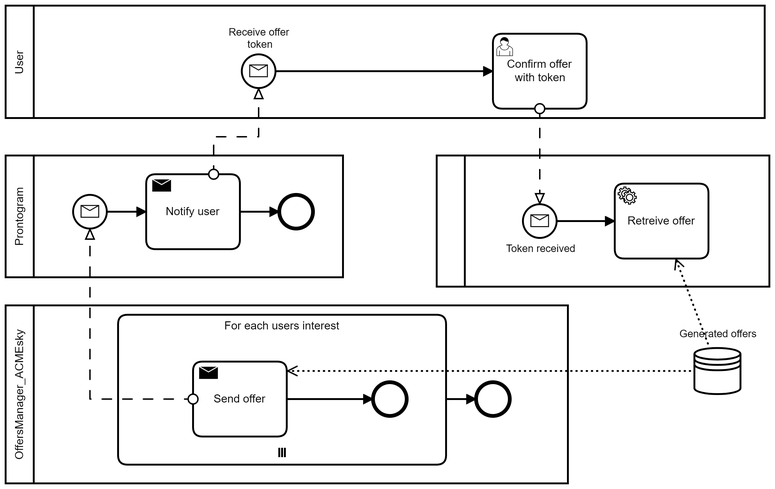
Earlier version of the BPMN export docs/bpmn/ConfermaVoloDaUtente.png (Vallasc/ACMEsky). Its source is kept beside it as docs/bpmn/ConfermaVoloDaUtente.bpmn. Ids are renumbered.
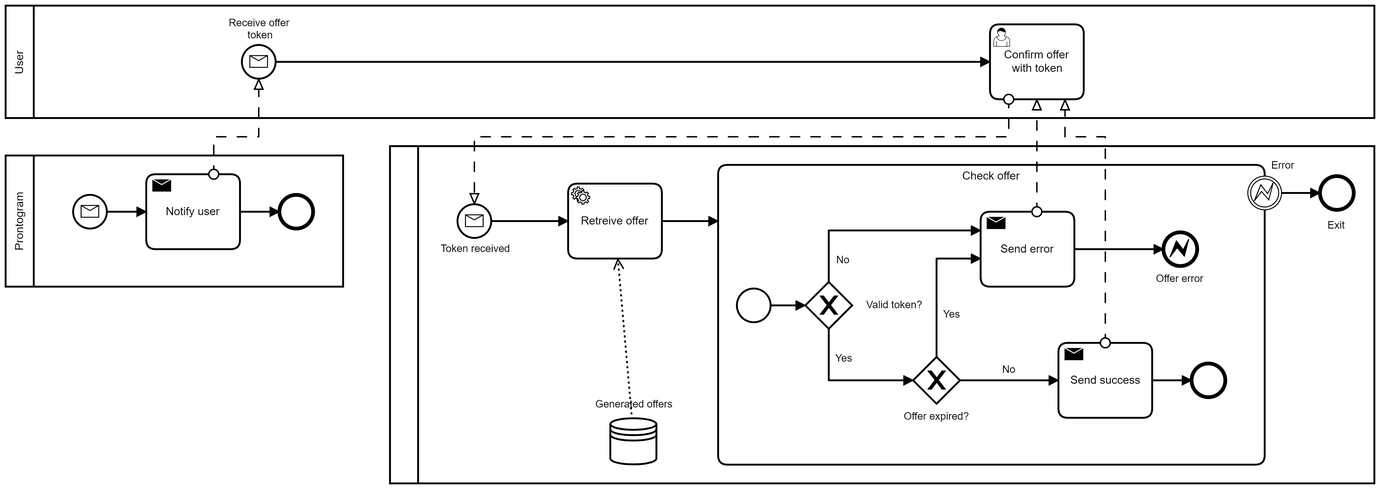
After the commit.

Change to the diagram source:
```diff
@@ -1,60 +1,87 @@
 <bpmn:definitions xmlns:bpmn="http://www.omg.org/spec/BPMN/20100524/MODEL" xmlns:bpmndi="http://www.omg.org/spec/BPMN/20100524/DI" xmlns:dc="http://www.omg.org/spec/DD/20100524/DC" xmlns:di="http://www.omg.org/spec/DD/20100524/DI" id="Definitions_n1" targetNamespace="http://bpmn.io/schema/bpmn" exporter="Camunda Modeler" exporterVersion="4.3.0">
   <bpmn:collaboration id="Collaboration_n2">
-    <bpmn:participant id="Participant_n3" name="OffersManager_ACMEsky" processRef="Process_n4" />
     <bpmn:participant id="Participant_n5" name="User" processRef="Process_n6" />
     <bpmn:participant id="Participant_n7" processRef="Process_n8" />
     <bpmn:participant id="Participant_n9" name="Prontogram" processRef="Process_n10" />
-    <bpmn:messageFlow id="Flow_n11" sourceRef="Activity_n12" targetRef="Event_n13" />
     <bpmn:messageFlow id="Flow_n14" sourceRef="Activity_n15" targetRef="Event_n16" />
     <bpmn:messageFlow id="Flow_n17" sourceRef="Activity_n18" targetRef="Event_n19" />
+    <bpmn:messageFlow id="Flow_n39" sourceRef="Activity_n40" targetRef="Activity_n18" />
+    <bpmn:messageFlow id="Flow_n41" sourceRef="Activity_n42" targetRef="Activity_n18" />
   </bpmn:collaboration>
-  <bpmn:process id="Process_n4" isExecutable="true">
-    <bpmn:dataStoreReference id="DataStoreReference_n20" name="Generated offers" />
-    <bpmn:endEvent id="Event_n21">
-      <bpmn:incoming>Flow_n22</bpmn:incoming>
-    </bpmn:endEvent>
-    <bpmn:subProcess id="Activity_n23" name="For each users interest">
-      <bpmn:outgoing>Flow_n22</bpmn:outgoing>
-      <bpmn:multiInstanceLoopCharacteristics />
-      <bpmn:sendTask id="Activity_n12" name="Send offer">
-        <bpmn:outgoing>Flow_n24</bpmn:outgoing>
-        <bpmn:property id="Property_n25" name="__targetRef_placeholder" />
-        <bpmn:dataInputAssociation id="DataInputAssociation_n26">
-          <bpmn:sourceRef>DataStoreReference_n20</bpmn:sourceRef>
-          <bpmn:targetRef>Property_n25</bpmn:targetRef>
-        </bpmn:dataInputAssociation>
-      </bpmn:sendTask>
-      <bpmn:endEvent id="Event_n27">
-        <bpmn:incoming>Flow_n24</bpmn:incoming>
-      </bpmn:endEvent>
-      <bpmn:sequenceFlow id="Flow_n24" sourceRef="Activity_n12" targetRef="Event_n27" />
-    </bpmn:subProcess>
-    <bpmn:sequenceFlow id="Flow_n22" sourceRef="Activity_n23" targetRef="Event_n21" />
-  </bpmn:process>
   <bpmn:process id="Process_n6" isExecutable="false">
+    <bpmn:sequenceFlow id="Flow_n28" sourceRef="Event_n16" targetRef="Activity_n18" />
     <bpmn:startEvent id="Event_n16" name="Receive offer token">
       <bpmn:outgoing>Flow_n28</bpmn:outgoing>
       <bpmn:messageEventDefinition id="MessageEventDefinition_n29" />
     </bpmn:startEvent>
-    <bpmn:sequenceFlow id="Flow_n28" sourceRef="Event_n16" targetRef="Activity_n18" />
     <bpmn:userTask id="Activity_n18" name="Confirm offer with token">
       <bpmn:incoming>Flow_n28</bpmn:incoming>
     </bpmn:userTask>
   </bpmn:process>
   <bpmn:process id="Process_n8" isExecutable="false">
-    <bpmn:startEvent id="Event_n19" name="Token received">
-      <bpmn:outgoing>Flow_n30</bpmn:outgoing>
-      <bpmn:messageEventDefinition id="MessageEventDefinition_n31" />
-    </bpmn:startEvent>
     <bpmn:serviceTask id="Activity_n32" name="Retreive offer">
       <bpmn:incoming>Flow_n30</bpmn:incoming>
+      <bpmn:outgoing>Flow_n43</bpmn:outgoing>
       <bpmn:property id="Property_n33" name="__targetRef_placeholder" />
       <bpmn:dataInputAssociation id="DataInputAssociation_n34">
         <bpmn:sourceRef>DataStoreReference_n20</bpmn:sourceRef>
         <bpmn:targetRef>Property_n33</bpmn:targetRef>
       </bpmn:dataInputAssociation>
     </bpmn:serviceTask>
+    <bpmn:subProcess id="Activity_n44" name="Check offer">
+      <bpmn:incoming>Flow_n43</bpmn:incoming>
+      <bpmn:startEvent id="Event_n45">
+        <bpmn:outgoing>Flow_n46</bpmn:outgoing>
+      </bpmn:startEvent>
+      <bpmn:exclusiveGateway id="Gateway_n47" name="Valid token?">
+        <bpmn:incoming>Flow_n46</bpmn:incoming>
+        <bpmn:outgoing>Flow_n48</bpmn:outgoing>
+        <bpmn:outgoing>Flow_n49</bpmn:outgoing>
+      </bpmn:exclusiveGateway>
+      <bpmn:exclusiveGateway id="Gateway_n50" name="Offer expired?">
+        <bpmn:incoming>Flow_n49</bpmn:incoming>
+        <bpmn:outgoing>Flow_n51</bpmn:outgoing>
+        <bpmn:outgoing>Flow_n52</bpmn:outgoing>
+      </bpmn:exclusiveGateway>
+      <bpmn:endEvent id="Event_n53">
+        <bpmn:incoming>Flow_n54</bpmn:incoming>
+      </bpmn:endEvent>
+      <bpmn:sendTask id="Activity_n42" name="Send success">
+        <bpmn:incoming>Flow_n51</bpmn:incoming>
+        <bpmn:outgoing>Flow_n54</bpmn:outgoing>
+      </bpmn:sendTask>
+      <bpmn:sendTask id="Activity_n40" name="Send error">
+        <bpmn:incoming>Flow_n48</bpmn:incoming>
+        <bpmn:incoming>Flow_n52</bpmn:incoming>
+        <bpmn:outgoing>Flow_n55</bpmn:outgoing>
+      </bpmn:sendTask>
+      <bpmn:endEvent id="Event_n56" name="Offer error">
+        <bpmn:incoming>Flow_n55</bpmn:incoming>
+        <bpmn:errorEventDefinition id="ErrorEventDefinition_n57" />
+      </bpmn:endEvent>
+      <bpmn:sequenceFlow id="Flow_n55" sourceRef="Activity_n40" targetRef="Event_n56" />
+      <bpmn:sequenceFlow id="Flow_n54" sourceRef="Activity_n42" targetRef="Event_n53" />
+      <bpmn:sequenceFlow id="Flow_n51" name="No" sourceRef="Gateway_n50" targetRef="Activity_n42" />
+      <bpmn:sequenceFlow id="Flow_n48" name="No" sourceRef="Gateway_n47" targetRef="Activity_n40" />
+      <bpmn:sequenceFlow id="Flow_n49" name="Yes" sourceRef="Gateway_n47" targetRef="Gateway_n50" />
+      <bpmn:sequenceFlow id="Flow_n52" name="Yes" sourceRef="Gateway_n50" targetRef="Activity_n40" />
+      <bpmn:sequenceFlow id="Flow_n46" sourceRef="Event_n45" targetRef="Gateway_n47" />
+    </bpmn:subProcess>
+    <bpmn:boundaryEvent id="Event_n58" name="Error" attachedToRef="Activity_n44">
+      <bpmn:outgoing>Flow_n59</bpmn:outgoing>
+      <bpmn:errorEventDefinition id="ErrorEventDefinition_n60" />
+    </bpmn:boundaryEvent>
     <bpmn:sequenceFlow id="Flow_n30" sourceRef="Event_n19" targetRef="Activity_n32" />
+    <bpmn:sequenceFlow id="Flow_n43" sourceRef="Activity_n32" targetRef="Activity_n44" />
+    <bpmn:dataStoreReference id="DataStoreReference_n20" name="Generated offers" />
+    <bpmn:endEvent id="Event_n61" name="Exit">
+      <bpmn:incoming>Flow_n59</bpmn:incoming>
+    </bpmn:endEvent>
+    <bpmn:sequenceFlow id="Flow_n59" sourceRef="Event_n58" targetRef="Event_n61" />
+    <bpmn:startEvent id="Event_n19" name="Token received">
+      <bpmn:outgoing>Flow_n30</bpmn:outgoing>
+      <bpmn:messageEventDefinition id="MessageEventDefinition_n31" />
+    </bpmn:startEvent>
   </bpmn:process>
   <bpmn:process id="Process_n10" isExecutable="false">
     <bpmn:startEvent id="Event_n13">
@@ -73,69 +100,142 @@
   </bpmn:process>
   <bpmndi:BPMNDiagram id="BPMNDiagram_1">
     <bpmndi:BPMNPlane id="BPMNPlane_1" bpmnElement="Collaboration_n2">
-      <bpmndi:BPMNShape id="Participant_n3_di" bpmnElement="Participant_n3" isHorizontal="true">
-        <dc:Bounds x="150" y="400" width="600" height="190" />
-      </bpmndi:BPMNShape>
-      <bpmndi:BPMNEdge id="Flow_n22_di" bpmnElement="Flow_n22">
-        <di:waypoint x="620" y="500" />
-        <di:waypoint x="652" y="500" />
-      </bpmndi:BPMNEdge>
-      <bpmndi:BPMNShape id="Event_n21_di" bpmnElement="Event_n21">
-        <dc:Bounds x="652" y="482" width="36" height="36" />
-      </bpmndi:BPMNShape>
-      <bpmndi:BPMNShape id="Activity_n23_di" bpmnElement="Activity_n23" isExpanded="true">
-        <dc:Bounds x="270" y="410" width="350" height="160" />
-      </bpmndi:BPMNShape>
-      <bpmndi:BPMNEdge id="Flow_n24_di" bpmnElement="Flow_n24">
-        <di:waypoint x="450" y="500" />
-        <di:waypoint x="542" y="500" />
-      </bpmndi:BPMNEdge>
-      <bpmndi:BPMNShape id="Activity_n12_di" bpmnElement="Activity_n12">
-        <dc:Bounds x="350" y="460" width="100" height="80" />
-      </bpmndi:BPMNShape>
-      <bpmndi:BPMNShape id="Event_n27_di" bpmnElement="Event_n27">
-        <dc:Bounds x="542" y="482" width="36" height="36" />
-      </bpmndi:BPMNShape>
-      <bpmndi:BPMNShape id="DataStoreReference_n20_di" bpmnElement="DataStoreReference_n20">
-        <dc:Bounds x="885" y="445" width="50" height="50" />
-        <bpmndi:BPMNLabel>
-          <dc:Bounds x="869" y="424" width="83" height="14" />
-        </bpmndi:BPMNLabel>
-      </bpmndi:BPMNShape>
       <bpmndi:BPMNShape id="Participant_n5_di" bpmnElement="Participant_n5" isHorizontal="true">
-        <dc:Bounds x="150" y="80" width="810" height="120" />
+        <dc:Bounds x="150" y="80" width="1460" height="120" />
       </bpmndi:BPMNShape>
       <bpmndi:BPMNEdge id="Flow_n28_di" bpmnElement="Flow_n28">
-        <di:waypoint x="438" y="150" />
-        <di:waypoint x="670" y="150" />
+        <di:waypoint x="438" y="140" />
+        <di:waypoint x="1200" y="140" />
       </bpmndi:BPMNEdge>
       <bpmndi:BPMNShape id="Event_n16_di" bpmnElement="Event_n16">
-        <dc:Bounds x="402" y="132" width="36" height="36" />
+        <dc:Bounds x="402" y="122" width="36" height="36" />
         <bpmndi:BPMNLabel>
-          <dc:Bounds x="388" y="102" width="66" height="27" />
+          <dc:Bounds x="388" y="92" width="66" height="27" />
         </bpmndi:BPMNLabel>
       </bpmndi:BPMNShape>
       <bpmndi:BPMNShape id="Activity_n18_di" bpmnElement="Activity_n18">
-        <dc:Bounds x="670" y="110" width="100" height="80" />
+        <dc:Bounds x="1200" y="100" width="100" height="80" />
       </bpmndi:BPMNShape>
       <bpmndi:BPMNShape id="Participant_n7_di" bpmnElement="Participant_n7" isHorizontal="true">
-        <dc:Bounds x="610" y="240" width="355" height="140" />
+        <dc:Bounds x="560" y="230" width="1050" height="360" />
       </bpmndi:BPMNShape>
+      <bpmndi:BPMNEdge id="Flow_n43_di" bpmnElement="Flow_n43">
+        <di:waypoint x="850" y="310" />
+        <di:waypoint x="910" y="310" />
+      </bpmndi:BPMNEdge>
       <bpmndi:BPMNEdge id="Flow_n30_di" bpmnElement="Flow_n30">
-        <di:waypoint x="738" y="310" />
-        <di:waypoint x="800" y="310" />
+        <di:waypoint x="668" y="310" />
+        <di:waypoint x="750" y="310" />
       </bpmndi:BPMNEdge>
-      <bpmndi:BPMNShape id="Event_n19_di" bpmnElement="Event_n19">
-        <dc:Bounds x="702" y="292" width="36" height="36" />
+      <bpmndi:BPMNEdge id="Flow_n59_di" bpmnElement="Flow_n59">
+        <di:waypoint x="1511" y="280" />
+        <di:waypoint x="1552" y="280" />
+      </bpmndi:BPMNEdge>
+      <bpmndi:BPMNShape id="Activity_n32_di" bpmnElement="Activity_n32">
+        <dc:Bounds x="750" y="270" width="100" height="80" />
+      </bpmndi:BPMNShape>
+      <bpmndi:BPMNShape id="Event_n61_di" bpmnElement="Event_n61">
+        <dc:Bounds x="1552" y="262" width="36" height="36" />
         <bpmndi:BPMNLabel>
-          <dc:Bounds x="684" y="333" width="73" height="14" />
+          <dc:Bounds x="1560" y="308" width="20" height="14" />
         </bpmndi:BPMNLabel>
       </bpmndi:BPMNShape>
-      <bpmndi:BPMNShape id="Activity_n32_di" bpmnElement="Activity_n32">
-        <dc:Bounds x="800" y="270" width="100" height="80" />
+      <bpmndi:BPMNShape id="Event_n19_di" bpmnElement="Event_n19">
+        <dc:Bounds x="632" y="292" width="36" height="36" />
+        <bpmndi:BPMNLabel>
+          <dc:Bounds x="614" y="333" width="73" height="14" />
+        </bpmndi:BPMNLabel>
+      </bpmndi:BPMNShape>
+      <bpmndi:BPMNShape id="Activity_n44_di" bpmnElement="Activity_n44" isExpanded="true">
+        <dc:Bounds x="910" y="250" width="583" height="320" />
+      </bpmndi:BPMNShape>
+      <bpmndi:BPMNEdge id="Flow_n46_di" bpmnElement="Flow_n46">
+        <di:waypoint x="966" y="400" />
+        <di:waypoint x="1003" y="400" />
+      </bpmndi:BPMNEdge>
+      <bpmndi:BPMNEdge id="Flow_n52_di" bpmnElement="Flow_n52">
+        <di:waypoint x="1143" y="455" />
+        <di:waypoint x="1143" y="350" />
+        <di:waypoint x="1190" y="350" />
+        <bpmndi:BPMNLabel>
+          <dc:Bounds x="1150" y="403" width="18" height="14" />
+        </bpmndi:BPMNLabel>
+      </bpmndi:BPMNEdge>
+      <bpmndi:BPMNEdge id="Flow_n49_di" bpmnElement="Flow_n49">
+        <di:waypoint x="1028" y="425" />
+        <di:waypoint x="1028" y="480" />
+        <di:waypoint x="1118" y="480" />
+        <bpmndi:BPMNLabel>
+          <dc:Bounds x="1035" y="450" width="18" height="14" />
+        </bpmndi:BPMNLabel>
+      </bpmndi:BPMNEdge>
+      <bpmndi:BPMNEdge id="Flow_n48_di" bpmnElement="Flow_n48">
+        <di:waypoint x="1028" y="375" />
+        <di:waypoint x="1028" y="320" />
+        <di:waypoint x="1190" y="320" />
+        <bpmndi:BPMNLabel>
+          <dc:Bounds x="1036" y="345" width="15" height="14" />
+        </bpmndi:BPMNLabel>
+      </bpmndi:BPMNEdge>
+      <bpmndi:BPMNEdge id="Flow_n51_di" bpmnElement="Flow_n51">
+        <di:waypoint x="1168" y="480" />
+        <di:waypoint x="1273" y="480" />
+        <bpmndi:BPMNLabel>
+          <dc:Bounds x="1213" y="462" width="15" height="14" />
+        </bpmndi:BPMNLabel>
+      </bpmndi:BPMNEdge>
+      <bpmndi:BPMNEdge id="Flow_n54_di" bpmnElement="Flow_n54">
+        <di:waypoint x="1373" y="480" />
+        <di:waypoint x="1415" y="480" />
+      </bpmndi:BPMNEdge>
+      <bpmndi:BPMNEdge id="Flow_n55_di" bpmnElement="Flow_n55">
+        <di:waypoint x="1290" y="340" />
+        <di:waypoint x="1385" y="340" />
+      </bpmndi:BPMNEdge>
+      <bpmndi:BPMNShape id="Event_n45_di" bpmnElement="Event_n45">
+        <dc:Bounds x="930" y="382" width="36" height="36" />
+      </bpmndi:BPMNShape>
+      <bpmndi:BPMNShape id="Gateway_n47_di" bpmnElement="Gateway_n47" isMarkerVisible="true">
+        <dc:Bounds x="1003" y="375" width="50" height="50" />
+        <bpmndi:BPMNLabel>
+          <dc:Bounds x="1068" y="393" width="59" height="14" />
+        </bpmndi:BPMNLabel>
+      </bpmndi:BPMNShape>
+      <bpmndi:BPMNShape id="Gateway_n50_di" bpmnElement="Gateway_n50" isMarkerVisible="true">
+        <dc:Bounds x="1118" y="455" width="50" height="50" />
+        <bpmndi:BPMNLabel>
+          <dc:Bounds x="1108" y="512" width="70" height="14" />
+        </bpmndi:BPMNLabel>
+      </bpmndi:BPMNShape>
+      <bpmndi:BPMNShape id="Event_n53_di" bpmnElement="Event_n53">
+        <dc:Bounds x="1415" y="462" width="36" height="36" />
+      </bpmndi:BPMNShape>
+      <bpmndi:BPMNShape id="Activity_n42_di" bpmnElement="Activity_n42">
+        <dc:Bounds x="1273" y="440" width="100" height="80" />
+      </bpmndi:BPMNShape>
+      <bpmndi:BPMNShape id="Event_n56_di" bpmnElement="Event_n56">
+        <dc:Bounds x="1385" y="322" width="36" height="36" />
+        <bpmndi:BPMNLabel>
+          <dc:Bounds x="1377" y="365" width="52" height="14" />
+        </bpmndi:BPMNLabel>
+      </bpmndi:BPMNShape>
+      <bpmndi:BPMNShape id="Activity_n40_di" bpmnElement="Activity_n40">
+        <dc:Bounds x="1190" y="300" width="100" height="80" />
+      </bpmndi:BPMNShape>
+      <bpmndi:BPMNShape id="DataStoreReference_n20_di" bpmnElement="DataStoreReference_n20">
+        <dc:Bounds x="795" y="520" width="50" height="50" />
+        <bpmndi:BPMNLabel>
+          <dc:Bounds x="779" y="499" width="83" height="14" />
+        </bpmndi:BPMNLabel>
+      </bpmndi:BPMNShape>
+      <bpmndi:BPMNShape id="Event_n58_di" bpmnElement="Event_n58">
+        <dc:Bounds x="1475" y="262" width="36" height="36" />
+        <bpmndi:BPMNLabel>
+          <dc:Bounds x="1500" y="244" width="26" height="14" />
+        </bpmndi:BPMNLabel>
       </bpmndi:BPMNShape>
       <bpmndi:BPMNShape id="Participant_n9_di" bpmnElement="Participant_n9" isHorizontal="true">
-        <dc:Bounds x="150" y="240" width="360" height="130" />
+        <dc:Bounds x="150" y="240" width="360" height="140" />
       </bpmndi:BPMNShape>
       <bpmndi:BPMNEdge id="Flow_n35_di" bpmnElement="Flow_n35">
         <di:waypoint x="258" y="300" />
@@ -154,28 +254,31 @@
       <bpmndi:BPMNShape id="Activity_n15_di" bpmnElement="Activity_n15">
         <dc:Bounds x="300" y="260" width="100" height="80" />
       </bpmndi:BPMNShape>
-      <bpmndi:BPMNEdge id="DataInputAssociation_n26_di" bpmnElement="DataInputAssociation_n26">
-        <di:waypoint x="885" y="470" />
-        <di:waypoint x="450" y="470" />
-      </bpmndi:BPMNEdge>
       <bpmndi:BPMNEdge id="DataInputAssociation_n34_di" bpmnElement="DataInputAssociation_n34">
-        <di:waypoint x="901" y="445" />
-        <di:waypoint x="865" y="350" />
-      </bpmndi:BPMNEdge>
-      <bpmndi:BPMNEdge id="Flow_n11_di" bpmnElement="Flow_n11">
-        <di:waypoint x="350" y="500" />
-        <di:waypoint x="240" y="500" />
-        <di:waypoint x="240" y="318" />
+        <di:waypoint x="818" y="520" />
+        <di:waypoint x="803" y="350" />
       </bpmndi:BPMNEdge>
       <bpmndi:BPMNEdge id="Flow_n14_di" bpmnElement="Flow_n14">
         <di:waypoint x="372" y="260" />
         <di:waypoint x="372" y="220" />
         <di:waypoint x="420" y="220" />
-        <di:waypoint x="420" y="168" />
+        <di:waypoint x="420" y="158" />
       </bpmndi:BPMNEdge>
       <bpmndi:BPMNEdge id="Flow_n17_di" bpmnElement="Flow_n17">
-        <di:waypoint x="720" y="190" />
-        <di:waypoint x="720" y="292" />
+        <di:waypoint x="1220" y="180" />
+        <di:waypoint x="1220" y="220" />
+        <di:waypoint x="650" y="220" />
+        <di:waypoint x="650" y="292" />
+      </bpmndi:BPMNEdge>
+      <bpmndi:BPMNEdge id="Flow_n39_di" bpmnElement="Flow_n39">
+        <di:waypoint x="1250" y="300" />
+        <di:waypoint x="1250" y="180" />
+      </bpmndi:BPMNEdge>
+      <bpmndi:BPMNEdge id="Flow_n41_di" bpmnElement="Flow_n41">
+        <di:waypoint x="1323" y="440" />
+        <di:waypoint x="1323" y="220" />
+        <di:waypoint x="1280" y="220" />
+        <di:waypoint x="1280" y="180" />
       </bpmndi:BPMNEdge>
     </bpmndi:BPMNPlane>
   </bpmndi:BPMNDiagram>
```
